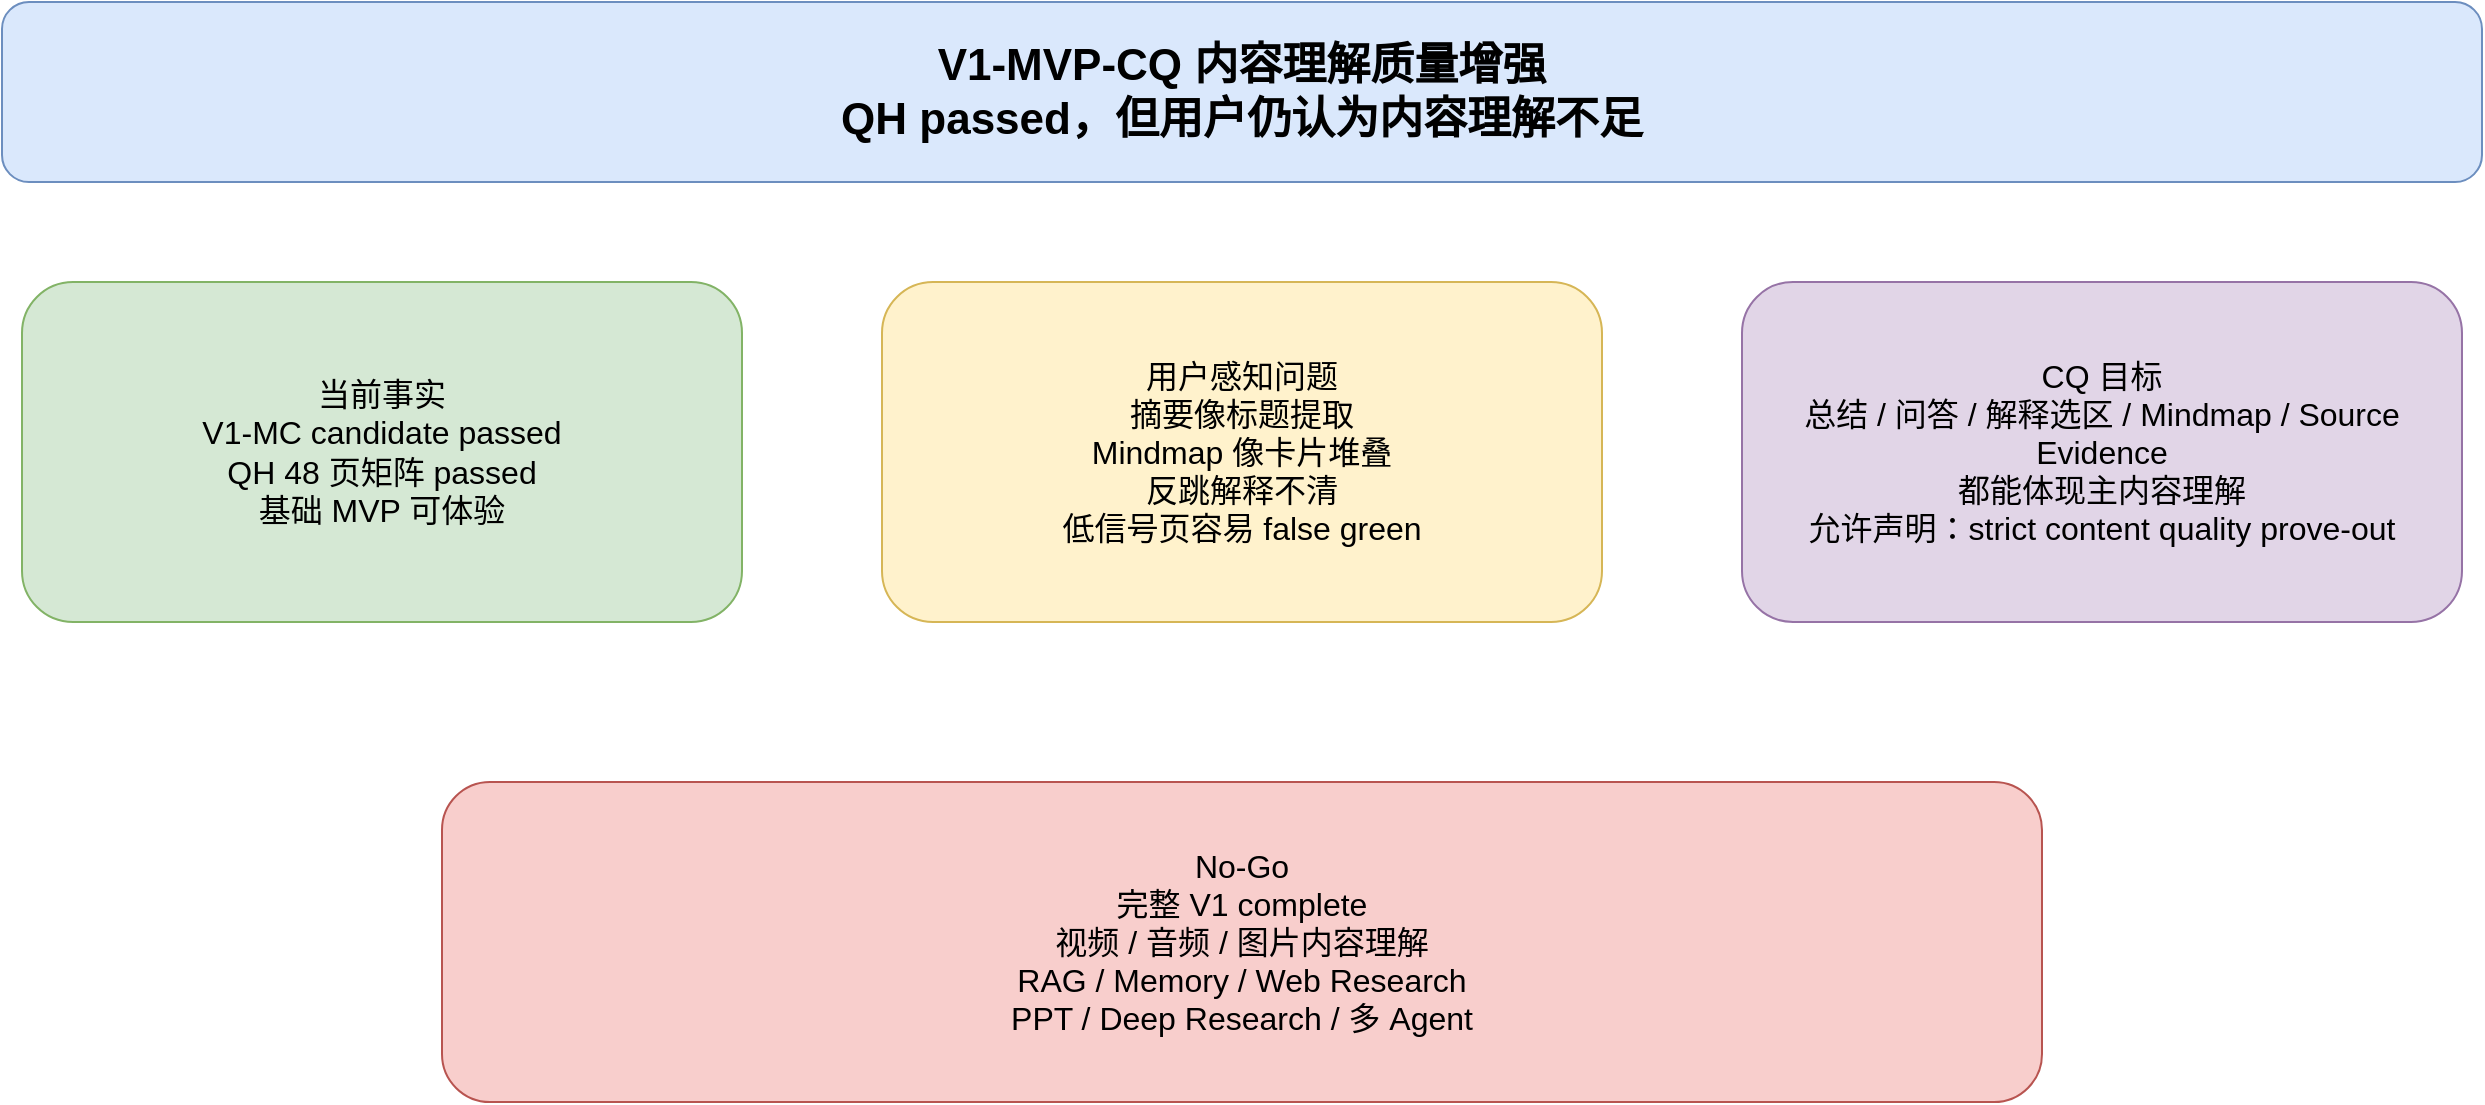
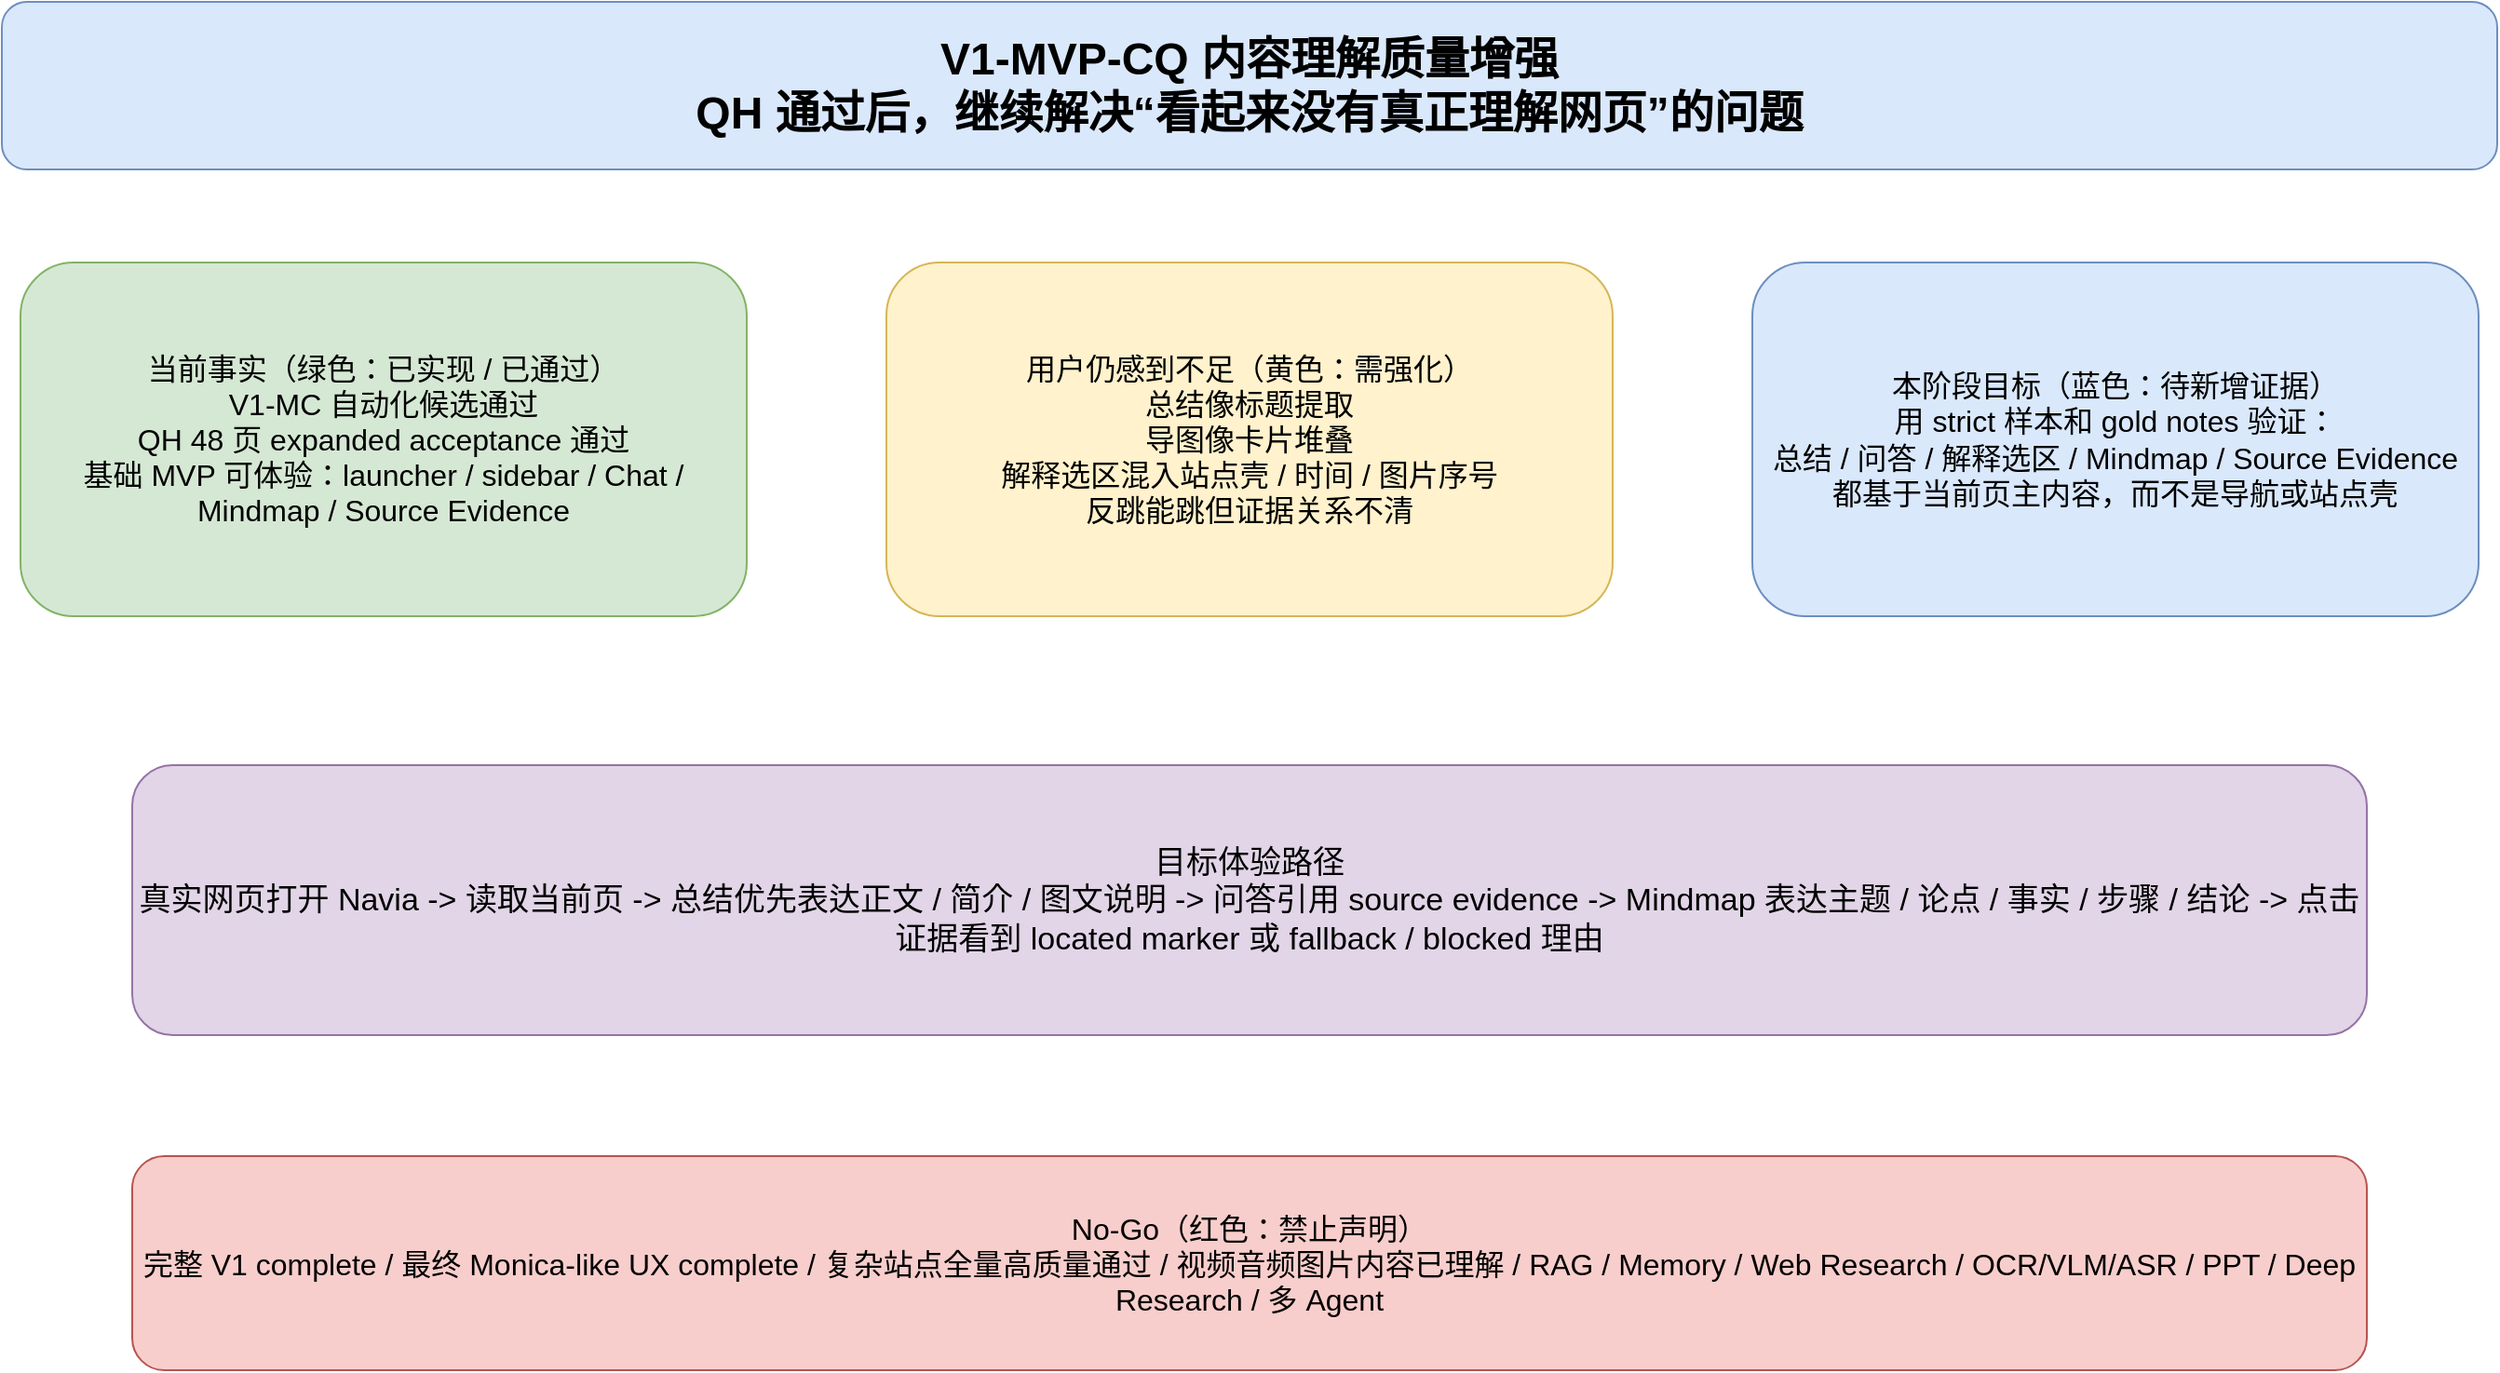
<mxfile host="app.diagrams.net" modified="2026-07-02T00:00:00.000Z" agent="Codex" version="24.7.17" type="device">
-   <diagram id="v1-mvp-cq-01" name="01 阶段目标与用户感知问题">
-     <mxGraphModel dx="1200" dy="800" grid="1" gridSize="10" guides="1" tooltips="1" connect="1" arrows="1" fold="1" page="1" pageScale="1" pageWidth="1400" pageHeight="900" math="0" shadow="0">
+   <diagram id="v1-mvp-cq-01" name="01 阶段目标与目标体验">
+     <mxGraphModel dx="1400" dy="900" grid="1" gridSize="10" guides="1" tooltips="1" connect="1" arrows="1" fold="1" page="1" pageScale="1" pageWidth="1500" pageHeight="980" math="0" shadow="0">
      <root>
        <mxCell id="0"/>
        <mxCell id="1" parent="0"/>
-         <mxCell id="title" value="V1-MVP-CQ 内容理解质量增强&lt;br&gt;QH passed，但用户仍认为内容理解不足" style="rounded=1;whiteSpace=wrap;html=1;fillColor=#dae8fc;strokeColor=#6c8ebf;fontSize=22;fontStyle=1" vertex="1" parent="1"><mxGeometry x="80" y="40" width="1240" height="90" as="geometry"/></mxCell>
-         <mxCell id="current" value="当前事实&lt;br&gt;V1-MC candidate passed&lt;br&gt;QH 48 页矩阵 passed&lt;br&gt;基础 MVP 可体验" style="rounded=1;whiteSpace=wrap;html=1;fillColor=#d5e8d4;strokeColor=#82b366;fontSize=16" vertex="1" parent="1"><mxGeometry x="90" y="180" width="360" height="170" as="geometry"/></mxCell>
-         <mxCell id="problem" value="用户感知问题&lt;br&gt;摘要像标题提取&lt;br&gt;Mindmap 像卡片堆叠&lt;br&gt;反跳解释不清&lt;br&gt;低信号页容易 false green" style="rounded=1;whiteSpace=wrap;html=1;fillColor=#fff2cc;strokeColor=#d6b656;fontSize=16" vertex="1" parent="1"><mxGeometry x="520" y="180" width="360" height="170" as="geometry"/></mxCell>
-         <mxCell id="claim" value="CQ 目标&lt;br&gt;总结 / 问答 / 解释选区 / Mindmap / Source Evidence&lt;br&gt;都能体现主内容理解&lt;br&gt;允许声明：strict content quality prove-out" style="rounded=1;whiteSpace=wrap;html=1;fillColor=#e1d5e7;strokeColor=#9673a6;fontSize=16" vertex="1" parent="1"><mxGeometry x="950" y="180" width="360" height="170" as="geometry"/></mxCell>
-         <mxCell id="nogo" value="No-Go&lt;br&gt;完整 V1 complete&lt;br&gt;视频 / 音频 / 图片内容理解&lt;br&gt;RAG / Memory / Web Research&lt;br&gt;PPT / Deep Research / 多 Agent" style="rounded=1;whiteSpace=wrap;html=1;fillColor=#f8cecc;strokeColor=#b85450;fontSize=16" vertex="1" parent="1"><mxGeometry x="300" y="430" width="800" height="160" as="geometry"/></mxCell>
+         <mxCell id="p1-title" value="V1-MVP-CQ 内容理解质量增强&lt;br&gt;QH 通过后，继续解决“看起来没有真正理解网页”的问题" style="rounded=1;whiteSpace=wrap;html=1;fillColor=#dae8fc;strokeColor=#6c8ebf;fontSize=24;fontStyle=1" vertex="1" parent="1"><mxGeometry x="80" y="40" width="1340" height="90" as="geometry"/></mxCell>
+         <mxCell id="p1-state" value="当前事实（绿色：已实现 / 已通过）&lt;br&gt;V1-MC 自动化候选通过&lt;br&gt;QH 48 页 expanded acceptance 通过&lt;br&gt;基础 MVP 可体验：launcher / sidebar / Chat / Mindmap / Source Evidence" style="rounded=1;whiteSpace=wrap;html=1;fillColor=#d5e8d4;strokeColor=#82b366;fontSize=16" vertex="1" parent="1"><mxGeometry x="90" y="180" width="390" height="190" as="geometry"/></mxCell>
+         <mxCell id="p1-problem" value="用户仍感到不足（黄色：需强化）&lt;br&gt;总结像标题提取&lt;br&gt;导图像卡片堆叠&lt;br&gt;解释选区混入站点壳 / 时间 / 图片序号&lt;br&gt;反跳能跳但证据关系不清" style="rounded=1;whiteSpace=wrap;html=1;fillColor=#fff2cc;strokeColor=#d6b656;fontSize=16" vertex="1" parent="1"><mxGeometry x="555" y="180" width="390" height="190" as="geometry"/></mxCell>
+         <mxCell id="p1-goal" value="本阶段目标（蓝色：待新增证据）&lt;br&gt;用 strict 样本和 gold notes 验证：&lt;br&gt;总结 / 问答 / 解释选区 / Mindmap / Source Evidence&lt;br&gt;都基于当前页主内容，而不是导航或站点壳" style="rounded=1;whiteSpace=wrap;html=1;fillColor=#dae8fc;strokeColor=#6c8ebf;fontSize=16" vertex="1" parent="1"><mxGeometry x="1020" y="180" width="390" height="190" as="geometry"/></mxCell>
+         <mxCell id="p1-flow" value="目标体验路径&lt;br&gt;真实网页打开 Navia -&gt; 读取当前页 -&gt; 总结优先表达正文 / 简介 / 图文说明 -&gt; 问答引用 source evidence -&gt; Mindmap 表达主题 / 论点 / 事实 / 步骤 / 结论 -&gt; 点击证据看到 located marker 或 fallback / blocked 理由" style="rounded=1;whiteSpace=wrap;html=1;fillColor=#e1d5e7;strokeColor=#9673a6;fontSize=17" vertex="1" parent="1"><mxGeometry x="150" y="450" width="1200" height="145" as="geometry"/></mxCell>
+         <mxCell id="p1-nogo" value="No-Go（红色：禁止声明）&lt;br&gt;完整 V1 complete / 最终 Monica-like UX complete / 复杂站点全量高质量通过 / 视频音频图片内容已理解 / RAG / Memory / Web Research / OCR/VLM/ASR / PPT / Deep Research / 多 Agent" style="rounded=1;whiteSpace=wrap;html=1;fillColor=#f8cecc;strokeColor=#b85450;fontSize=16" vertex="1" parent="1"><mxGeometry x="150" y="660" width="1200" height="115" as="geometry"/></mxCell>
      </root>
    </mxGraphModel>
  </diagram>
-   <diagram id="v1-mvp-cq-02" name="02 当前架构与 CQ 目标差异">
-     <mxGraphModel dx="1200" dy="800" grid="1" gridSize="10" guides="1" tooltips="1" connect="1" arrows="1" fold="1" page="1" pageScale="1" pageWidth="1400" pageHeight="900" math="0" shadow="0">
+   <diagram id="v1-mvp-cq-02" name="02 当前架构与 CQ 目标架构差异">
+     <mxGraphModel dx="1400" dy="900" grid="1" gridSize="10" guides="1" tooltips="1" connect="1" arrows="1" fold="1" page="1" pageScale="1" pageWidth="1500" pageHeight="980" math="0" shadow="0">
      <root>
        <mxCell id="0"/>
        <mxCell id="1" parent="0"/>
-         <mxCell id="host" value="Host Page DOM&lt;br&gt;正文 / 简介 / caption / 评论 / 推荐 / 导航 / cookie wall" style="rounded=1;whiteSpace=wrap;html=1;fillColor=#f5f5f5;strokeColor=#666666;fontSize=14" vertex="1" parent="1"><mxGeometry x="60" y="70" width="250" height="120" as="geometry"/></mxCell>
-         <mxCell id="pagecontext" value="pageContext.ts&lt;br&gt;需新增 / 强化内容角色信号&lt;br&gt;title / lead / body / caption / comment / nav / ad" style="rounded=1;whiteSpace=wrap;html=1;fillColor=#fff2cc;strokeColor=#d6b656;fontSize=14" vertex="1" parent="1"><mxGeometry x="360" y="70" width="280" height="120" as="geometry"/></mxCell>
-         <mxCell id="a" value="A Page Reading&lt;br&gt;正文密度评分&lt;br&gt;噪声惩罚&lt;br&gt;SourceRef / fallbackText 质量" style="rounded=1;whiteSpace=wrap;html=1;fillColor=#fff2cc;strokeColor=#d6b656;fontSize=14" vertex="1" parent="1"><mxGeometry x="700" y="70" width="250" height="120" as="geometry"/></mxCell>
-         <mxCell id="d" value="D Adapter / Agent Loop&lt;br&gt;复用现有 ToolResult / Artifact&lt;br&gt;不新增 Runtime public API" style="rounded=1;whiteSpace=wrap;html=1;fillColor=#d5e8d4;strokeColor=#82b366;fontSize=14" vertex="1" parent="1"><mxGeometry x="1010" y="70" width="300" height="120" as="geometry"/></mxCell>
-         <mxCell id="c" value="C Mindmap&lt;br&gt;主题 / 论点 / 事实 / 步骤 / 结论&lt;br&gt;nodeSourceMap 绑定" style="rounded=1;whiteSpace=wrap;html=1;fillColor=#fff2cc;strokeColor=#d6b656;fontSize=14" vertex="1" parent="1"><mxGeometry x="180" y="300" width="300" height="120" as="geometry"/></mxCell>
-         <mxCell id="b" value="B Renderer&lt;br&gt;证据关系说明&lt;br&gt;窄侧栏可读&lt;br&gt;degraded 原因清楚" style="rounded=1;whiteSpace=wrap;html=1;fillColor=#fff2cc;strokeColor=#d6b656;fontSize=14" vertex="1" parent="1"><mxGeometry x="550" y="300" width="300" height="120" as="geometry"/></mxCell>
-         <mxCell id="bridge" value="contentBridge.ts&lt;br&gt;用户触发 jumpback&lt;br&gt;located marker / fallback / blocked 语义一致" style="rounded=1;whiteSpace=wrap;html=1;fillColor=#fff2cc;strokeColor=#d6b656;fontSize=14" vertex="1" parent="1"><mxGeometry x="920" y="300" width="300" height="120" as="geometry"/></mxCell>
-         <mxCell id="evidence" value="CQ Evidence&lt;br&gt;36+ strict 样本&lt;br&gt;gold notes&lt;br&gt;report / HTML / screenshots / false-green audit" style="rounded=1;whiteSpace=wrap;html=1;fillColor=#dae8fc;strokeColor=#6c8ebf;fontSize=14" vertex="1" parent="1"><mxGeometry x="380" y="540" width="640" height="130" as="geometry"/></mxCell>
+         <mxCell id="p2-title" value="当前架构与 CQ 目标架构差异&lt;br&gt;必须使用具体代码实体、分层和状态，不接受“前端 / 后端 / AI”抽象图" style="rounded=1;whiteSpace=wrap;html=1;fillColor=#dae8fc;strokeColor=#6c8ebf;fontSize=22;fontStyle=1" vertex="1" parent="1"><mxGeometry x="70" y="35" width="1360" height="82" as="geometry"/></mxCell>
+         <mxCell id="p2-dom" value="宿主网页 DOM&lt;br&gt;状态：已存在输入&lt;br&gt;正文 / 标题 / 图片 caption / 作者 / 时间 / 评论&lt;br&gt;推荐 / 导航 / 广告 / cookie wall / 登录墙" style="rounded=1;whiteSpace=wrap;html=1;fillColor=#f5f5f5;strokeColor=#666666;fontSize=14" vertex="1" parent="1"><mxGeometry x="70" y="165" width="230" height="150" as="geometry"/></mxCell>
+         <mxCell id="p2-page" value="apps/chrome-extension/src/pageContext.ts&lt;br&gt;状态：已实现需修改&lt;br&gt;当前：读取 DOM / metadata&lt;br&gt;CQ：ContentRoleSignals、selection、visible media metadata" style="rounded=1;whiteSpace=wrap;html=1;fillColor=#fff2cc;strokeColor=#d6b656;fontSize=14" vertex="1" parent="1"><mxGeometry x="350" y="165" width="250" height="150" as="geometry"/></mxCell>
+         <mxCell id="p2-a" value="A Page Reading&lt;br&gt;services/.../modules/page_reading/&lt;br&gt;状态：已实现需修改&lt;br&gt;CQ：正文密度、噪声惩罚、SourceRef / fallbackText 质量" style="rounded=1;whiteSpace=wrap;html=1;fillColor=#fff2cc;strokeColor=#d6b656;fontSize=14" vertex="1" parent="1"><mxGeometry x="650" y="165" width="250" height="150" as="geometry"/></mxCell>
+         <mxCell id="p2-d" value="D Adapter / Agent Loop&lt;br&gt;services/.../agent_loop + adapters&lt;br&gt;状态：已实现保持边界&lt;br&gt;复用 ToolResult / Artifact，不新增 public API" style="rounded=1;whiteSpace=wrap;html=1;fillColor=#d5e8d4;strokeColor=#82b366;fontSize=14" vertex="1" parent="1"><mxGeometry x="950" y="165" width="250" height="150" as="geometry"/></mxCell>
+         <mxCell id="p2-c" value="C Mindmap&lt;br&gt;services/.../modules/mindmap/&lt;br&gt;状态：已实现需修改&lt;br&gt;CQ：语义主题、短标签、nodeSourceMap、degraded reason" style="rounded=1;whiteSpace=wrap;html=1;fillColor=#fff2cc;strokeColor=#d6b656;fontSize=14" vertex="1" parent="1"><mxGeometry x="1250" y="165" width="210" height="150" as="geometry"/></mxCell>
+         <mxCell id="p2-b" value="B Renderer&lt;br&gt;chat_renderer / mindmap_renderer&lt;br&gt;状态：已实现需修改&lt;br&gt;CQ：证据关系说明、窄侧栏可读、degraded 文案" style="rounded=1;whiteSpace=wrap;html=1;fillColor=#fff2cc;strokeColor=#d6b656;fontSize=14" vertex="1" parent="1"><mxGeometry x="270" y="470" width="270" height="145" as="geometry"/></mxCell>
+         <mxCell id="p2-bridge" value="contentBridge.ts&lt;br&gt;状态：已实现需修改&lt;br&gt;用户触发 jumpback&lt;br&gt;located marker / fallback / blocked 语义一致" style="rounded=1;whiteSpace=wrap;html=1;fillColor=#fff2cc;strokeColor=#d6b656;fontSize=14" vertex="1" parent="1"><mxGeometry x="615" y="470" width="270" height="145" as="geometry"/></mxCell>
+         <mxCell id="p2-evidence" value="docs/active/project/evidence/v1_mvp_content_quality/&lt;br&gt;状态：未开发 / 待新增&lt;br&gt;sample-manifest、gold-notes、report、HTML、screenshots、PRD review、false-green audit" style="rounded=1;whiteSpace=wrap;html=1;fillColor=#dae8fc;strokeColor=#6c8ebf;fontSize=14" vertex="1" parent="1"><mxGeometry x="960" y="470" width="390" height="145" as="geometry"/></mxCell>
+         <mxCell id="p2-edge1" style="edgeStyle=orthogonalEdgeStyle;rounded=0;orthogonalLoop=1;jettySize=auto;html=1;strokeColor=#666666;endArrow=block;" edge="1" parent="1" source="p2-dom" target="p2-page"><mxGeometry relative="1" as="geometry"/></mxCell>
+         <mxCell id="p2-edge2" style="edgeStyle=orthogonalEdgeStyle;rounded=0;orthogonalLoop=1;jettySize=auto;html=1;strokeColor=#666666;endArrow=block;" edge="1" parent="1" source="p2-page" target="p2-a"><mxGeometry relative="1" as="geometry"/></mxCell>
+         <mxCell id="p2-edge3" style="edgeStyle=orthogonalEdgeStyle;rounded=0;orthogonalLoop=1;jettySize=auto;html=1;strokeColor=#666666;endArrow=block;" edge="1" parent="1" source="p2-a" target="p2-d"><mxGeometry relative="1" as="geometry"/></mxCell>
+         <mxCell id="p2-edge4" style="edgeStyle=orthogonalEdgeStyle;rounded=0;orthogonalLoop=1;jettySize=auto;html=1;strokeColor=#666666;endArrow=block;" edge="1" parent="1" source="p2-d" target="p2-c"><mxGeometry relative="1" as="geometry"/></mxCell>
+         <mxCell id="p2-edge5" style="edgeStyle=orthogonalEdgeStyle;rounded=0;orthogonalLoop=1;jettySize=auto;html=1;strokeColor=#666666;endArrow=block;" edge="1" parent="1" source="p2-c" target="p2-b"><mxGeometry relative="1" as="geometry"/></mxCell>
+         <mxCell id="p2-edge6" style="edgeStyle=orthogonalEdgeStyle;rounded=0;orthogonalLoop=1;jettySize=auto;html=1;strokeColor=#666666;endArrow=block;" edge="1" parent="1" source="p2-b" target="p2-bridge"><mxGeometry relative="1" as="geometry"/></mxCell>
+         <mxCell id="p2-edge7" style="edgeStyle=orthogonalEdgeStyle;rounded=0;orthogonalLoop=1;jettySize=auto;html=1;strokeColor=#666666;endArrow=block;" edge="1" parent="1" source="p2-bridge" target="p2-evidence"><mxGeometry relative="1" as="geometry"/></mxCell>
+         <mxCell id="p2-boundary" value="边界：CQ 只改现有 A/C/B/Content Script 质量和证据报告；不新增 Runtime public API，不引入 RAG / Web Research / OCR/VLM/ASR" style="rounded=1;whiteSpace=wrap;html=1;fillColor=#f8cecc;strokeColor=#b85450;fontSize=15;fontStyle=1" vertex="1" parent="1"><mxGeometry x="170" y="720" width="1160" height="90" as="geometry"/></mxCell>
      </root>
    </mxGraphModel>
  </diagram>
  <diagram id="v1-mvp-cq-03" name="03 内容角色识别与 Grounding 链路">
-     <mxGraphModel dx="1200" dy="800" grid="1" gridSize="10" guides="1" tooltips="1" connect="1" arrows="1" fold="1" page="1" pageScale="1" pageWidth="1400" pageHeight="900" math="0" shadow="0">
-       <root><mxCell id="0"/><mxCell id="1" parent="0"/>
-         <mxCell id="flow" value="DOM block&lt;br&gt;-> ContentRoleSignals&lt;br&gt;-> SourceRef / fallbackText&lt;br&gt;-> Summary grounding&lt;br&gt;-> QA grounding&lt;br&gt;-> Explain selection grounding" style="rounded=1;whiteSpace=wrap;html=1;fillColor=#dae8fc;strokeColor=#6c8ebf;fontSize=20;fontStyle=1" vertex="1" parent="1"><mxGeometry x="120" y="80" width="1160" height="150" as="geometry"/></mxCell>
-         <mxCell id="roles" value="正向角色&lt;br&gt;正文段落&lt;br&gt;简介 / lead&lt;br&gt;作者 / 来源 / 时间&lt;br&gt;图片 caption / alt&lt;br&gt;可见评论 / 互动补充" style="rounded=1;whiteSpace=wrap;html=1;fillColor=#d5e8d4;strokeColor=#82b366;fontSize=16" vertex="1" parent="1"><mxGeometry x="180" y="310" width="420" height="220" as="geometry"/></mxCell>
-         <mxCell id="noise" value="噪声角色&lt;br&gt;导航 / footer&lt;br&gt;推荐 / 广告&lt;br&gt;版权提示&lt;br&gt;cookie wall / 登录墙&lt;br&gt;重复低价值文本" style="rounded=1;whiteSpace=wrap;html=1;fillColor=#f8cecc;strokeColor=#b85450;fontSize=16" vertex="1" parent="1"><mxGeometry x="800" y="310" width="420" height="220" as="geometry"/></mxCell>
-         <mxCell id="metric" value="验收指标&lt;br&gt;summaryGroundingRate &gt;= 0.88&lt;br&gt;qaGroundingRate &gt;= 0.85&lt;br&gt;noiseLeakageRate &lt;= 0.08" style="rounded=1;whiteSpace=wrap;html=1;fillColor=#fff2cc;strokeColor=#d6b656;fontSize=16" vertex="1" parent="1"><mxGeometry x="380" y="610" width="640" height="120" as="geometry"/></mxCell>
+     <mxGraphModel dx="1400" dy="900" grid="1" gridSize="10" guides="1" tooltips="1" connect="1" arrows="1" fold="1" page="1" pageScale="1" pageWidth="1500" pageHeight="980" math="0" shadow="0">
+       <root>
+         <mxCell id="0"/>
+         <mxCell id="1" parent="0"/>
+         <mxCell id="p3-title" value="内容角色识别与 Grounding 链路&lt;br&gt;目标：总结 / 问答 / 解释选区都能追溯到当前页主内容证据" style="rounded=1;whiteSpace=wrap;html=1;fillColor=#dae8fc;strokeColor=#6c8ebf;fontSize=22;fontStyle=1" vertex="1" parent="1"><mxGeometry x="80" y="45" width="1340" height="80" as="geometry"/></mxCell>
+         <mxCell id="p3-block" value="DOM block&lt;br&gt;标题、正文、简介、caption、评论、导航、推荐、广告" style="rounded=1;whiteSpace=wrap;html=1;fillColor=#f5f5f5;strokeColor=#666666;fontSize=15" vertex="1" parent="1"><mxGeometry x="100" y="190" width="220" height="120" as="geometry"/></mxCell>
+         <mxCell id="p3-role" value="ContentRoleSignals&lt;br&gt;body / lead / caption / author / time / interaction-supplement / noise" style="rounded=1;whiteSpace=wrap;html=1;fillColor=#fff2cc;strokeColor=#d6b656;fontSize=15" vertex="1" parent="1"><mxGeometry x="400" y="190" width="260" height="120" as="geometry"/></mxCell>
+         <mxCell id="p3-source" value="SourceRef / fallbackText&lt;br&gt;selector、domPath、textQuote、nearby heading、href/card hints" style="rounded=1;whiteSpace=wrap;html=1;fillColor=#fff2cc;strokeColor=#d6b656;fontSize=15" vertex="1" parent="1"><mxGeometry x="740" y="190" width="280" height="120" as="geometry"/></mxCell>
+         <mxCell id="p3-output" value="Grounded outputs&lt;br&gt;summary / QA / explain selection&lt;br&gt;无法支撑则 degraded 或证据不足" style="rounded=1;whiteSpace=wrap;html=1;fillColor=#d5e8d4;strokeColor=#82b366;fontSize=15" vertex="1" parent="1"><mxGeometry x="1100" y="190" width="280" height="120" as="geometry"/></mxCell>
+         <mxCell id="p3-positive" value="正向内容角色&lt;br&gt;正文段落、简介、分节标题、作者 / 来源 / 时间、图片 caption / alt、可见评论或互动补充" style="rounded=1;whiteSpace=wrap;html=1;fillColor=#d5e8d4;strokeColor=#82b366;fontSize=16" vertex="1" parent="1"><mxGeometry x="180" y="430" width="500" height="155" as="geometry"/></mxCell>
+         <mxCell id="p3-negative" value="噪声角色&lt;br&gt;导航、footer、推荐、广告、版权提示、cookie wall、登录墙、重复低价值文本、无关时间戳、图片序号" style="rounded=1;whiteSpace=wrap;html=1;fillColor=#f8cecc;strokeColor=#b85450;fontSize=16" vertex="1" parent="1"><mxGeometry x="820" y="430" width="500" height="155" as="geometry"/></mxCell>
+         <mxCell id="p3-metrics" value="验收阈值&lt;br&gt;summaryGroundingRate &gt;= 0.88；qaGroundingRate &gt;= 0.85；noiseLeakageRate &lt;= 0.08；解释选区不得被站点壳主导" style="rounded=1;whiteSpace=wrap;html=1;fillColor=#e1d5e7;strokeColor=#9673a6;fontSize=16" vertex="1" parent="1"><mxGeometry x="210" y="680" width="1080" height="105" as="geometry"/></mxCell>
+         <mxCell id="p3-e1" style="edgeStyle=orthogonalEdgeStyle;rounded=0;html=1;strokeColor=#666666;endArrow=block;" edge="1" parent="1" source="p3-block" target="p3-role"><mxGeometry relative="1" as="geometry"/></mxCell>
+         <mxCell id="p3-e2" style="edgeStyle=orthogonalEdgeStyle;rounded=0;html=1;strokeColor=#666666;endArrow=block;" edge="1" parent="1" source="p3-role" target="p3-source"><mxGeometry relative="1" as="geometry"/></mxCell>
+         <mxCell id="p3-e3" style="edgeStyle=orthogonalEdgeStyle;rounded=0;html=1;strokeColor=#666666;endArrow=block;" edge="1" parent="1" source="p3-source" target="p3-output"><mxGeometry relative="1" as="geometry"/></mxCell>
      </root>
    </mxGraphModel>
  </diagram>
-   <diagram id="v1-mvp-cq-04" name="04 Mindmap 语义质量与证据关系">
-     <mxGraphModel dx="1200" dy="800" grid="1" gridSize="10" guides="1" tooltips="1" connect="1" arrows="1" fold="1" page="1" pageScale="1" pageWidth="1400" pageHeight="900" math="0" shadow="0">
-       <root><mxCell id="0"/><mxCell id="1" parent="0"/>
-         <mxCell id="node" value="Mindmap 高层节点&lt;br&gt;主题 / 论点 / 事实 / 步骤 / 结论&lt;br&gt;短标签，可读，去重" style="rounded=1;whiteSpace=wrap;html=1;fillColor=#fff2cc;strokeColor=#d6b656;fontSize=17" vertex="1" parent="1"><mxGeometry x="80" y="120" width="360" height="150" as="geometry"/></mxCell>
-         <mxCell id="source" value="Source Evidence&lt;br&gt;sourceRefIds&lt;br&gt;textQuote / fallbackText&lt;br&gt;说明为什么支撑节点" style="rounded=1;whiteSpace=wrap;html=1;fillColor=#dae8fc;strokeColor=#6c8ebf;fontSize=17" vertex="1" parent="1"><mxGeometry x="520" y="120" width="360" height="150" as="geometry"/></mxCell>
-         <mxCell id="jump" value="Jumpback 三态&lt;br&gt;located：marker 可见且语义匹配&lt;br&gt;fallback_shown：证据可读且原因清楚&lt;br&gt;blocked：阻断原因明确" style="rounded=1;whiteSpace=wrap;html=1;fillColor=#d5e8d4;strokeColor=#82b366;fontSize=17" vertex="1" parent="1"><mxGeometry x="960" y="120" width="360" height="150" as="geometry"/></mxCell>
-         <mxCell id="bad" value="False-green&lt;br&gt;标题堆叠、导航词、推荐卡片、重复评论、无来源节点、marker 指向无关文本，均不得 pass" style="rounded=1;whiteSpace=wrap;html=1;fillColor=#f8cecc;strokeColor=#b85450;fontSize=17" vertex="1" parent="1"><mxGeometry x="250" y="410" width="900" height="150" as="geometry"/></mxCell>
+   <diagram id="v1-mvp-cq-04" name="04 Mindmap 语义质量与 Source Evidence">
+     <mxGraphModel dx="1400" dy="900" grid="1" gridSize="10" guides="1" tooltips="1" connect="1" arrows="1" fold="1" page="1" pageScale="1" pageWidth="1500" pageHeight="980" math="0" shadow="0">
+       <root>
+         <mxCell id="0"/>
+         <mxCell id="1" parent="0"/>
+         <mxCell id="p4-title" value="Mindmap 语义质量与 Source Evidence&lt;br&gt;目标：节点不只是标题堆叠，而是带证据关系的主题结构" style="rounded=1;whiteSpace=wrap;html=1;fillColor=#dae8fc;strokeColor=#6c8ebf;fontSize=22;fontStyle=1" vertex="1" parent="1"><mxGeometry x="80" y="45" width="1340" height="80" as="geometry"/></mxCell>
+         <mxCell id="p4-digest" value="PerceptionDigest&lt;br&gt;主内容优先&lt;br&gt;正文 / 简介 / caption / 互动补充" style="rounded=1;whiteSpace=wrap;html=1;fillColor=#fff2cc;strokeColor=#d6b656;fontSize=15" vertex="1" parent="1"><mxGeometry x="90" y="190" width="250" height="125" as="geometry"/></mxCell>
+         <mxCell id="p4-c" value="C Mindmap&lt;br&gt;主题归并、短标签、节点类型&lt;br&gt;topic / claim / fact / step / conclusion" style="rounded=1;whiteSpace=wrap;html=1;fillColor=#fff2cc;strokeColor=#d6b656;fontSize=15" vertex="1" parent="1"><mxGeometry x="430" y="190" width="270" height="125" as="geometry"/></mxCell>
+         <mxCell id="p4-node" value="Evidence Card Node&lt;br&gt;sourceRefIds&lt;br&gt;textQuote / fallbackText&lt;br&gt;degradedReason" style="rounded=1;whiteSpace=wrap;html=1;fillColor=#d5e8d4;strokeColor=#82b366;fontSize=15" vertex="1" parent="1"><mxGeometry x="790" y="190" width="270" height="125" as="geometry"/></mxCell>
+         <mxCell id="p4-b" value="B Renderer&lt;br&gt;证据关系说明&lt;br&gt;窄侧栏无虚影 / 重叠 / 截断&lt;br&gt;source card 排序主内容优先" style="rounded=1;whiteSpace=wrap;html=1;fillColor=#fff2cc;strokeColor=#d6b656;fontSize=15" vertex="1" parent="1"><mxGeometry x="1150" y="190" width="270" height="125" as="geometry"/></mxCell>
+         <mxCell id="p4-jump" value="Source Jumpback&lt;br&gt;located：marker 可见且语义匹配&lt;br&gt;fallback_shown：证据可读且原因清楚&lt;br&gt;blocked：阻断原因明确" style="rounded=1;whiteSpace=wrap;html=1;fillColor=#d5e8d4;strokeColor=#82b366;fontSize=16" vertex="1" parent="1"><mxGeometry x="210" y="450" width="490" height="155" as="geometry"/></mxCell>
+         <mxCell id="p4-nogo" value="False-Green 阻断&lt;br&gt;导航词 / 推荐标题 / 评论重复 / 无来源节点 / marker 指向无关文本 / 只用标题生成导图，均不得 strict pass" style="rounded=1;whiteSpace=wrap;html=1;fillColor=#f8cecc;strokeColor=#b85450;fontSize=16" vertex="1" parent="1"><mxGeometry x="820" y="450" width="490" height="155" as="geometry"/></mxCell>
+         <mxCell id="p4-metrics" value="指标：mindmapSemanticCoverageRate &gt;= 0.85；evidenceExplainabilityScore &gt;= 0.8；jumpbackSemanticMatch = true 或正确 degraded / blocked" style="rounded=1;whiteSpace=wrap;html=1;fillColor=#e1d5e7;strokeColor=#9673a6;fontSize=16" vertex="1" parent="1"><mxGeometry x="235" y="700" width="1030" height="90" as="geometry"/></mxCell>
+         <mxCell id="p4-e1" style="edgeStyle=orthogonalEdgeStyle;rounded=0;html=1;strokeColor=#666666;endArrow=block;" edge="1" parent="1" source="p4-digest" target="p4-c"><mxGeometry relative="1" as="geometry"/></mxCell>
+         <mxCell id="p4-e2" style="edgeStyle=orthogonalEdgeStyle;rounded=0;html=1;strokeColor=#666666;endArrow=block;" edge="1" parent="1" source="p4-c" target="p4-node"><mxGeometry relative="1" as="geometry"/></mxCell>
+         <mxCell id="p4-e3" style="edgeStyle=orthogonalEdgeStyle;rounded=0;html=1;strokeColor=#666666;endArrow=block;" edge="1" parent="1" source="p4-node" target="p4-b"><mxGeometry relative="1" as="geometry"/></mxCell>
      </root>
    </mxGraphModel>
  </diagram>
  <diagram id="v1-mvp-cq-05" name="05 开发及验收计划">
-     <mxGraphModel dx="1200" dy="800" grid="1" gridSize="10" guides="1" tooltips="1" connect="1" arrows="1" fold="1" page="1" pageScale="1" pageWidth="1400" pageHeight="900" math="0" shadow="0">
-       <root><mxCell id="0"/><mxCell id="1" parent="0"/>
-         <mxCell id="plan" value="CQ-0 文档门禁 -> CQ-1 strict manifest/gold notes -> CQ-2 A 内容角色 -> CQ-3 summary/QA/explain grounding -> CQ-4 C semantic Mindmap -> CQ-5 B evidence UI -> CQ-6 jumpback semantics -> CQ-7 strict acceptance" style="rounded=1;whiteSpace=wrap;html=1;fillColor=#dae8fc;strokeColor=#6c8ebf;fontSize=18;fontStyle=1" vertex="1" parent="1"><mxGeometry x="80" y="70" width="1240" height="130" as="geometry"/></mxCell>
-         <mxCell id="audit" value="每个子阶段&lt;br&gt;先制定验收标准和开发计划&lt;br&gt;落盘审计意见&lt;br&gt;无 fatal / major 后再开发&lt;br&gt;验收失败打回对应阶段" style="rounded=1;whiteSpace=wrap;html=1;fillColor=#fff2cc;strokeColor=#d6b656;fontSize=16" vertex="1" parent="1"><mxGeometry x="180" y="300" width="450" height="210" as="geometry"/></mxCell>
-         <mxCell id="human" value="人类只处理高风险&lt;br&gt;gold notes 口径冲突&lt;br&gt;视频 / 图片理解边界争议&lt;br&gt;严格样本无法稳定访问&lt;br&gt;是否进入完整 V1 candidate" style="rounded=1;whiteSpace=wrap;html=1;fillColor=#e1d5e7;strokeColor=#9673a6;fontSize=16" vertex="1" parent="1"><mxGeometry x="760" y="300" width="450" height="210" as="geometry"/></mxCell>
+     <mxGraphModel dx="1400" dy="900" grid="1" gridSize="10" guides="1" tooltips="1" connect="1" arrows="1" fold="1" page="1" pageScale="1" pageWidth="1500" pageHeight="980" math="0" shadow="0">
+       <root>
+         <mxCell id="0"/>
+         <mxCell id="1" parent="0"/>
+         <mxCell id="p5-title" value="开发及验收计划&lt;br&gt;每个子阶段先文档审计，再开发，再真实数据验收，失败打回" style="rounded=1;whiteSpace=wrap;html=1;fillColor=#dae8fc;strokeColor=#6c8ebf;fontSize=22;fontStyle=1" vertex="1" parent="1"><mxGeometry x="80" y="45" width="1340" height="80" as="geometry"/></mxCell>
+         <mxCell id="p5-0" value="CQ-0 文档门禁&lt;br&gt;PRD / 架构 / 计划 / 验收 / drawio 同步&lt;br&gt;状态：本轮执行" style="rounded=1;whiteSpace=wrap;html=1;fillColor=#dae8fc;strokeColor=#6c8ebf;fontSize=14" vertex="1" parent="1"><mxGeometry x="70" y="180" width="250" height="115" as="geometry"/></mxCell>
+         <mxCell id="p5-1" value="CQ-1 strict manifest + gold notes&lt;br&gt;36+ 样本、人工 gold、schema&lt;br&gt;状态：待新增" style="rounded=1;whiteSpace=wrap;html=1;fillColor=#dae8fc;strokeColor=#6c8ebf;fontSize=14" vertex="1" parent="1"><mxGeometry x="385" y="180" width="250" height="115" as="geometry"/></mxCell>
+         <mxCell id="p5-2" value="CQ-2 A Page Reading&lt;br&gt;内容角色、正文密度、噪声惩罚&lt;br&gt;状态：待修改" style="rounded=1;whiteSpace=wrap;html=1;fillColor=#fff2cc;strokeColor=#d6b656;fontSize=14" vertex="1" parent="1"><mxGeometry x="700" y="180" width="250" height="115" as="geometry"/></mxCell>
+         <mxCell id="p5-3" value="CQ-3 Grounded summary / QA / explain&lt;br&gt;SourceRef 支撑，不足则 degraded&lt;br&gt;状态：待修改" style="rounded=1;whiteSpace=wrap;html=1;fillColor=#fff2cc;strokeColor=#d6b656;fontSize=14" vertex="1" parent="1"><mxGeometry x="1015" y="180" width="250" height="115" as="geometry"/></mxCell>
+         <mxCell id="p5-4" value="CQ-4 C Mindmap&lt;br&gt;语义主题、节点类型、短标签、证据绑定&lt;br&gt;状态：待修改" style="rounded=1;whiteSpace=wrap;html=1;fillColor=#fff2cc;strokeColor=#d6b656;fontSize=14" vertex="1" parent="1"><mxGeometry x="220" y="400" width="250" height="115" as="geometry"/></mxCell>
+         <mxCell id="p5-5" value="CQ-5 B Renderer&lt;br&gt;证据关系、source card 解释、窄侧栏可读&lt;br&gt;状态：待修改" style="rounded=1;whiteSpace=wrap;html=1;fillColor=#fff2cc;strokeColor=#d6b656;fontSize=14" vertex="1" parent="1"><mxGeometry x="535" y="400" width="250" height="115" as="geometry"/></mxCell>
+         <mxCell id="p5-6" value="CQ-6 Content Script jumpback&lt;br&gt;marker 说明、fallback / blocked 语义一致&lt;br&gt;状态：待修改" style="rounded=1;whiteSpace=wrap;html=1;fillColor=#fff2cc;strokeColor=#d6b656;fontSize=14" vertex="1" parent="1"><mxGeometry x="850" y="400" width="250" height="115" as="geometry"/></mxCell>
+         <mxCell id="p5-7" value="CQ-7 strict acceptance&lt;br&gt;34/36 pass、HTML 报告、PRD review、false-green audit&lt;br&gt;状态：待新增证据" style="rounded=1;whiteSpace=wrap;html=1;fillColor=#dae8fc;strokeColor=#6c8ebf;fontSize=14" vertex="1" parent="1"><mxGeometry x="1165" y="400" width="250" height="115" as="geometry"/></mxCell>
+         <mxCell id="p5-result" value="完成后用户体验：总结更像正文归纳；问答可追溯；导图表达主题 / 论点 / 事实 / 步骤 / 结论；反跳能说明证据关系；低信号页明确 degraded / blocked" style="rounded=1;whiteSpace=wrap;html=1;fillColor=#e1d5e7;strokeColor=#9673a6;fontSize=16" vertex="1" parent="1"><mxGeometry x="150" y="680" width="1200" height="100" as="geometry"/></mxCell>
      </root>
    </mxGraphModel>
  </diagram>
-   <diagram id="v1-mvp-cq-06" name="06 Strict 样本矩阵与证据包">
-     <mxGraphModel dx="1200" dy="800" grid="1" gridSize="10" guides="1" tooltips="1" connect="1" arrows="1" fold="1" page="1" pageScale="1" pageWidth="1400" pageHeight="900" math="0" shadow="0">
-       <root><mxCell id="0"/><mxCell id="1" parent="0"/>
-         <mxCell id="matrix" value="Strict 样本矩阵&lt;br&gt;36+ real samples&lt;br&gt;24 QH core regression&lt;br&gt;12 high-risk real pages&lt;br&gt;每类 &gt;= 6，至少 5/6 pass&lt;br&gt;总计至少 34/36 pass" style="rounded=1;whiteSpace=wrap;html=1;fillColor=#d5e8d4;strokeColor=#82b366;fontSize=17" vertex="1" parent="1"><mxGeometry x="90" y="100" width="420" height="230" as="geometry"/></mxCell>
-         <mxCell id="gold" value="Gold Notes&lt;br&gt;expectedMainClaims&lt;br&gt;expectedMindmapThemes&lt;br&gt;prohibitedNoiseThemes&lt;br&gt;requiredEvidenceTargets" style="rounded=1;whiteSpace=wrap;html=1;fillColor=#fff2cc;strokeColor=#d6b656;fontSize=17" vertex="1" parent="1"><mxGeometry x="550" y="100" width="330" height="230" as="geometry"/></mxCell>
-         <mxCell id="pkg" value="Evidence Package&lt;br&gt;v1_mvp_content_quality/report.json&lt;br&gt;acceptance-report.html&lt;br&gt;screenshots&lt;br&gt;prd-review / false-green-audit" style="rounded=1;whiteSpace=wrap;html=1;fillColor=#dae8fc;strokeColor=#6c8ebf;fontSize=17" vertex="1" parent="1"><mxGeometry x="930" y="100" width="380" height="230" as="geometry"/></mxCell>
-         <mxCell id="risk" value="不得用 QH report 或 mainline closeout 聚合报告替代 CQ 独立证据" style="rounded=1;whiteSpace=wrap;html=1;fillColor=#f8cecc;strokeColor=#b85450;fontSize=18;fontStyle=1" vertex="1" parent="1"><mxGeometry x="250" y="470" width="900" height="110" as="geometry"/></mxCell>
+   <diagram id="v1-mvp-cq-06" name="06 项目里程碑与证据矩阵">
+     <mxGraphModel dx="1400" dy="900" grid="1" gridSize="10" guides="1" tooltips="1" connect="1" arrows="1" fold="1" page="1" pageScale="1" pageWidth="1500" pageHeight="980" math="0" shadow="0">
+       <root>
+         <mxCell id="0"/>
+         <mxCell id="1" parent="0"/>
+         <mxCell id="p6-title" value="项目里程碑与证据矩阵&lt;br&gt;QH passed 是输入事实，CQ strict evidence 是新出门证据" style="rounded=1;whiteSpace=wrap;html=1;fillColor=#dae8fc;strokeColor=#6c8ebf;fontSize=22;fontStyle=1" vertex="1" parent="1"><mxGeometry x="80" y="45" width="1340" height="80" as="geometry"/></mxCell>
+         <mxCell id="p6-prev" value="已完成输入&lt;br&gt;V1.3 Evidence Card Mindmap&lt;br&gt;V1.4 Reading Map&lt;br&gt;V1-MC candidate passed&lt;br&gt;V1-MVP-QH 48 页矩阵 passed" style="rounded=1;whiteSpace=wrap;html=1;fillColor=#d5e8d4;strokeColor=#82b366;fontSize=16" vertex="1" parent="1"><mxGeometry x="110" y="190" width="360" height="180" as="geometry"/></mxCell>
+         <mxCell id="p6-cq" value="CQ strict 矩阵&lt;br&gt;36+ real samples&lt;br&gt;24 QH core regression&lt;br&gt;12 high-risk real pages&lt;br&gt;每类 &gt;= 6，至少 5/6 pass&lt;br&gt;总计至少 34/36 pass" style="rounded=1;whiteSpace=wrap;html=1;fillColor=#dae8fc;strokeColor=#6c8ebf;fontSize=16" vertex="1" parent="1"><mxGeometry x="570" y="190" width="360" height="180" as="geometry"/></mxCell>
+         <mxCell id="p6-risk" value="高风险样本必须覆盖&lt;br&gt;B站视频详情页&lt;br&gt;小红书图文详情页&lt;br&gt;观察者网 / 新闻详情页&lt;br&gt;门户首页&lt;br&gt;技术文档 / 博客长文&lt;br&gt;低信号页" style="rounded=1;whiteSpace=wrap;html=1;fillColor=#fff2cc;strokeColor=#d6b656;fontSize=16" vertex="1" parent="1"><mxGeometry x="1030" y="190" width="360" height="180" as="geometry"/></mxCell>
+         <mxCell id="p6-evidence" value="独立 CQ 证据包&lt;br&gt;sample-manifest.json&lt;br&gt;gold-notes/&lt;br&gt;report.json&lt;br&gt;acceptance-report.html&lt;br&gt;prd-review.md / false-green-audit.md&lt;br&gt;screenshots / evidence-manifest.json" style="rounded=1;whiteSpace=wrap;html=1;fillColor=#dae8fc;strokeColor=#6c8ebf;fontSize=16" vertex="1" parent="1"><mxGeometry x="220" y="505" width="460" height="190" as="geometry"/></mxCell>
+         <mxCell id="p6-aggregate" value="聚合边界&lt;br&gt;v1_mainline_closeout 只能在 CQ 独立证据通过后聚合&lt;br&gt;不得用 QH passed 或 mainline candidate passed 替代 CQ strict evidence" style="rounded=1;whiteSpace=wrap;html=1;fillColor=#f8cecc;strokeColor=#b85450;fontSize=16" vertex="1" parent="1"><mxGeometry x="820" y="505" width="460" height="190" as="geometry"/></mxCell>
      </root>
    </mxGraphModel>
  </diagram>
-   <diagram id="v1-mvp-cq-07" name="07 验收门槛与 False-Green">
-     <mxGraphModel dx="1200" dy="800" grid="1" gridSize="10" guides="1" tooltips="1" connect="1" arrows="1" fold="1" page="1" pageScale="1" pageWidth="1400" pageHeight="900" math="0" shadow="0">
-       <root><mxCell id="0"/><mxCell id="1" parent="0"/>
-         <mxCell id="threshold" value="Strict 阈值&lt;br&gt;contentUnderstandingScore &gt;= 0.82&lt;br&gt;summaryGroundingRate &gt;= 0.88&lt;br&gt;qaGroundingRate &gt;= 0.85&lt;br&gt;mindmapSemanticCoverageRate &gt;= 0.85&lt;br&gt;noiseLeakageRate &lt;= 0.08&lt;br&gt;evidenceExplainabilityScore &gt;= 0.8" style="rounded=1;whiteSpace=wrap;html=1;fillColor=#d5e8d4;strokeColor=#82b366;fontSize=16" vertex="1" parent="1"><mxGeometry x="70" y="90" width="560" height="260" as="geometry"/></mxCell>
-         <mxCell id="fg" value="False-Green 阻断&lt;br&gt;QH passed 冒充 CQ passed&lt;br&gt;标题 / 导航 / 站点壳冒充正文理解&lt;br&gt;fallback / blocked 冒充 located&lt;br&gt;视频 / 图片 / 音频理解误声明&lt;br&gt;RAG / Web Research 越界" style="rounded=1;whiteSpace=wrap;html=1;fillColor=#f8cecc;strokeColor=#b85450;fontSize=16" vertex="1" parent="1"><mxGeometry x="760" y="90" width="560" height="260" as="geometry"/></mxCell>
-         <mxCell id="claim" value="允许声明&lt;br&gt;V1 MVP content quality prove-out passed strict real-site acceptance&lt;br&gt;&lt;br&gt;仍不得声明完整 V1 complete" style="rounded=1;whiteSpace=wrap;html=1;fillColor=#dae8fc;strokeColor=#6c8ebf;fontSize=18;fontStyle=1" vertex="1" parent="1"><mxGeometry x="250" y="500" width="900" height="140" as="geometry"/></mxCell>
+   <diagram id="v1-mvp-cq-07" name="07 验收门槛与出门条件">
+     <mxGraphModel dx="1400" dy="900" grid="1" gridSize="10" guides="1" tooltips="1" connect="1" arrows="1" fold="1" page="1" pageScale="1" pageWidth="1500" pageHeight="980" math="0" shadow="0">
+       <root>
+         <mxCell id="0"/>
+         <mxCell id="1" parent="0"/>
+         <mxCell id="p7-title" value="验收门槛与出门条件&lt;br&gt;门槛必须映射到用户实际能体验到的内容理解质量" style="rounded=1;whiteSpace=wrap;html=1;fillColor=#dae8fc;strokeColor=#6c8ebf;fontSize=22;fontStyle=1" vertex="1" parent="1"><mxGeometry x="80" y="45" width="1340" height="80" as="geometry"/></mxCell>
+         <mxCell id="p7-metrics" value="机器指标&lt;br&gt;contentUnderstandingScore &gt;= 0.82&lt;br&gt;summaryGroundingRate &gt;= 0.88&lt;br&gt;qaGroundingRate &gt;= 0.85&lt;br&gt;mindmapSemanticCoverageRate &gt;= 0.85&lt;br&gt;noiseLeakageRate &lt;= 0.08&lt;br&gt;evidenceExplainabilityScore &gt;= 0.8&lt;br&gt;jumpbackSemanticMatch = true 或正确 degraded / blocked" style="rounded=1;whiteSpace=wrap;html=1;fillColor=#d5e8d4;strokeColor=#82b366;fontSize=15" vertex="1" parent="1"><mxGeometry x="110" y="175" width="430" height="250" as="geometry"/></mxCell>
+         <mxCell id="p7-ux" value="用户可体验门槛&lt;br&gt;总结像正文归纳，不像标题列表&lt;br&gt;问答能说明证据来源&lt;br&gt;解释选区不混入站点壳&lt;br&gt;导图高层节点是主题 / 论点 / 事实 / 步骤 / 结论&lt;br&gt;反跳能说明为什么跳到这里" style="rounded=1;whiteSpace=wrap;html=1;fillColor=#fff2cc;strokeColor=#d6b656;fontSize=15" vertex="1" parent="1"><mxGeometry x="595" y="175" width="430" height="250" as="geometry"/></mxCell>
+         <mxCell id="p7-exit" value="出门条件&lt;br&gt;CQ-0 到 CQ-7 全部通过&lt;br&gt;独立 CQ report / HTML / screenshots 完整&lt;br&gt;PRD review 和 false-green audit 无 fatal / major&lt;br&gt;允许声明：CQ strict real-site acceptance passed" style="rounded=1;whiteSpace=wrap;html=1;fillColor=#dae8fc;strokeColor=#6c8ebf;fontSize=15" vertex="1" parent="1"><mxGeometry x="1080" y="175" width="320" height="250" as="geometry"/></mxCell>
+         <mxCell id="p7-nogo" value="不得作为出门条件&lt;br&gt;完整 V1 complete / 最终 Monica-like UX complete / 复杂站点全量高质量通过 / 视频音频图片内容已理解 / RAG / Memory / Web Research ready" style="rounded=1;whiteSpace=wrap;html=1;fillColor=#f8cecc;strokeColor=#b85450;fontSize=16" vertex="1" parent="1"><mxGeometry x="180" y="580" width="1140" height="125" as="geometry"/></mxCell>
+       </root>
+     </mxGraphModel>
+   </diagram>
+   <diagram id="v1-mvp-cq-08" name="08 False-Green 风险与备选路线">
+     <mxGraphModel dx="1400" dy="900" grid="1" gridSize="10" guides="1" tooltips="1" connect="1" arrows="1" fold="1" page="1" pageScale="1" pageWidth="1500" pageHeight="980" math="0" shadow="0">
+       <root>
+         <mxCell id="0"/>
+         <mxCell id="1" parent="0"/>
+         <mxCell id="p8-title" value="False-Green 风险与备选路线&lt;br&gt;风险不能被包装成通过，必须打回相应子阶段" style="rounded=1;whiteSpace=wrap;html=1;fillColor=#dae8fc;strokeColor=#6c8ebf;fontSize=22;fontStyle=1" vertex="1" parent="1"><mxGeometry x="80" y="45" width="1340" height="80" as="geometry"/></mxCell>
+         <mxCell id="p8-fg" value="False-Green 阻断&lt;br&gt;QH passed 冒充 CQ strict passed&lt;br&gt;只提取标题 / 导航 / 首页卡片却声明理解正文&lt;br&gt;fallback / blocked 写成 located&lt;br&gt;marker 指向语义无关文本&lt;br&gt;截图隐藏虚影 / 重叠 / 截断" style="rounded=1;whiteSpace=wrap;html=1;fillColor=#f8cecc;strokeColor=#b85450;fontSize=15" vertex="1" parent="1"><mxGeometry x="90" y="175" width="390" height="245" as="geometry"/></mxCell>
+         <mxCell id="p8-route" value="验收路线优先级&lt;br&gt;1 Headless + mute-audio 真实网页自动化&lt;br&gt;2 必要时可见 Chrome 截图，提前告知并关闭实例&lt;br&gt;3 登录 / 地区 / cookie wall 阻断则 degraded / blocked&lt;br&gt;4 同类别替代样本补位，但保留原失败样本" style="rounded=1;whiteSpace=wrap;html=1;fillColor=#fff2cc;strokeColor=#d6b656;fontSize=15" vertex="1" parent="1"><mxGeometry x="555" y="175" width="390" height="245" as="geometry"/></mxCell>
+         <mxCell id="p8-boundary" value="能力边界&lt;br&gt;不理解视频画面 / 音频 / 图片像素&lt;br&gt;不新增 OCR/VLM/ASR&lt;br&gt;不做 Web Research / RAG / Memory&lt;br&gt;不读取默认本地文件&lt;br&gt;自动化浏览器只属于验收工具，不是产品能力" style="rounded=1;whiteSpace=wrap;html=1;fillColor=#f8cecc;strokeColor=#b85450;fontSize=15" vertex="1" parent="1"><mxGeometry x="1020" y="175" width="390" height="245" as="geometry"/></mxCell>
+         <mxCell id="p8-fallback" value="打回策略&lt;br&gt;主内容 signals 错：打回 CQ-2 A&lt;br&gt;summary / QA / explain 无 grounding：打回 CQ-3&lt;br&gt;Mindmap 标题堆叠：打回 CQ-4&lt;br&gt;证据 UI 不清：打回 CQ-5&lt;br&gt;jumpback 语义不匹配：打回 CQ-6&lt;br&gt;报告 / 截图 / PRD review 不一致：打回 CQ-7" style="rounded=1;whiteSpace=wrap;html=1;fillColor=#e1d5e7;strokeColor=#9673a6;fontSize=16" vertex="1" parent="1"><mxGeometry x="230" y="570" width="1040" height="185" as="geometry"/></mxCell>
      </root>
    </mxGraphModel>
  </diagram>
</mxfile>
